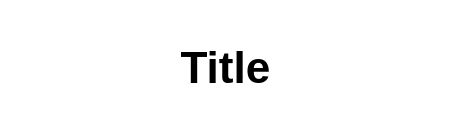
drycov/ttcArch keeps this draw.io diagram as page "Архитектура NMS" (3 of 3) of cxem.drawio. Above is the earlier version. Source tidied: cells renumbered, new cells numbered last; positions are measured from the earlier drawing's top-left corner, leaving out a move shared by most shapes. Both pictures are drawn from the tidied source at 184%, with x=0, y=0 at pixel (132, 31).
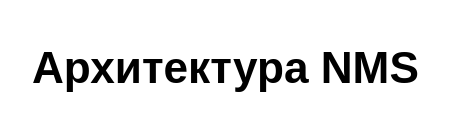
After the change.

Diff of the diagram source:
```diff
@@
 <mxGraphModel>
   <root>
     <mxCell id="0" />
     <mxCell id="1" parent="0" />
-    <mxCell id="2" value="Title" style="text;strokeColor=none;fillColor=none;html=1;fontSize=24;fontStyle=1;verticalAlign=middle;align=center;" parent="1" vertex="1">
+    <mxCell id="2" value="Архитектура NMS" style="text;strokeColor=none;fillColor=none;html=1;fontSize=24;fontStyle=1;verticalAlign=middle;align=center;" parent="1" vertex="1">
       <mxGeometry width="100" height="40" as="geometry" />
     </mxCell>
   </root>
 </mxGraphModel>
```
